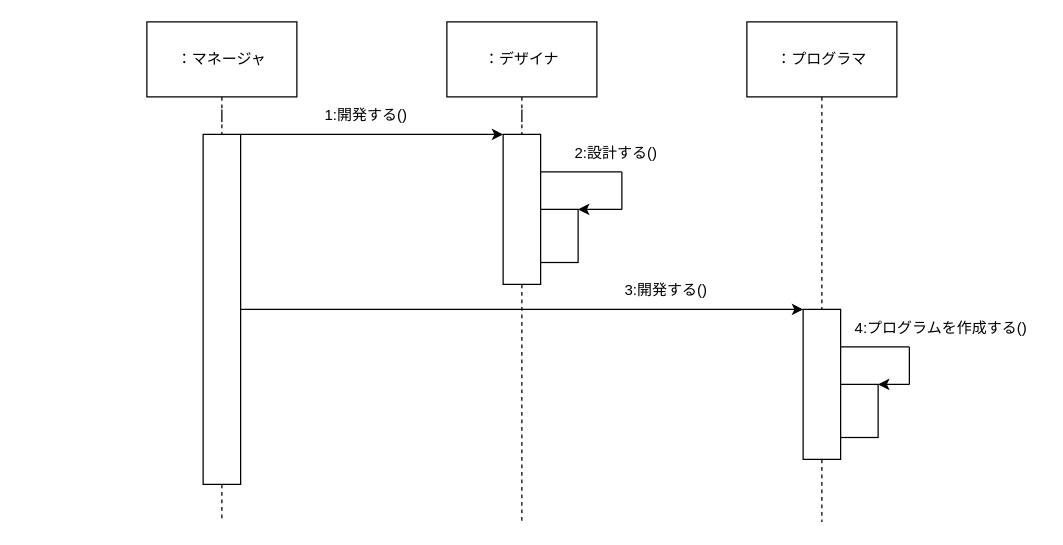
ucsaeki/UML_chonyumon keeps this draw.io diagram as page "ページ2" (2 of 2) of Lesson06/Lesson6-1.drawio. Above is the earlier version. Source tidied: cells renumbered, new cells numbered last; positions are measured from the earlier drawing's top-left corner, leaving out a move shared by most shapes. Both pictures are drawn from the tidied source at 125%, with x=0, y=0 at pixel (146, 21).
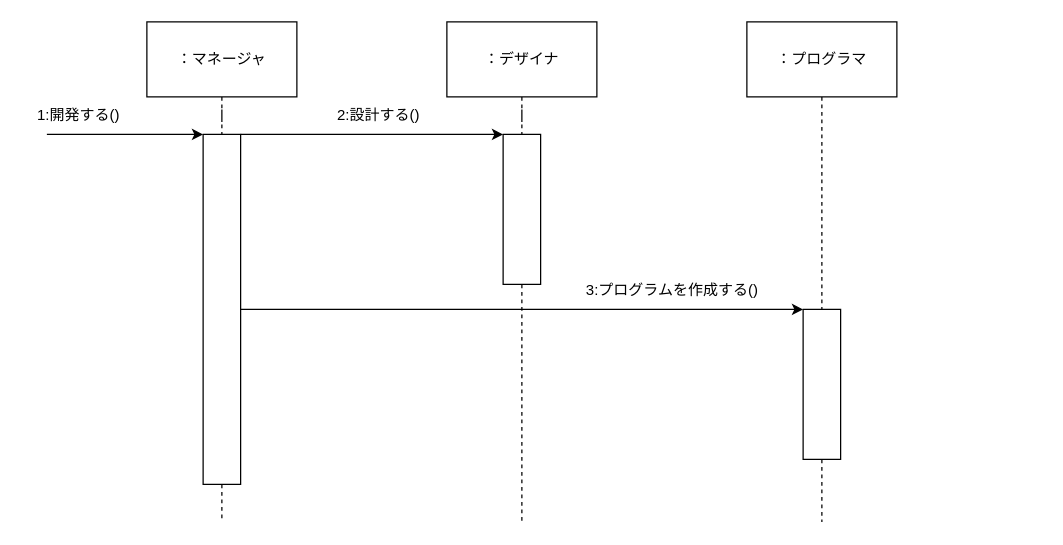
The same page after the edit.

Unchanged cells that the change refers to:
```xml
<mxCell id="11" style="rounded=0;whiteSpace=wrap;html=1;" parent="1" vertex="1">
  <mxGeometry x="45" y="90" width="30" height="280" as="geometry" />
</mxCell>
<mxCell id="13" style="rounded=0;whiteSpace=wrap;html=1;" parent="1" vertex="1">
  <mxGeometry x="285" y="90" width="30" height="120" as="geometry" />
</mxCell>
<mxCell id="20" style="rounded=0;whiteSpace=wrap;html=1;" parent="1" vertex="1">
  <mxGeometry x="525" y="230" width="30" height="120" as="geometry" />
</mxCell>
```

Change to the diagram source:
```diff
@@
     <mxCell id="8" value="1:開発する()" style="text;html=1;align=center;verticalAlign=middle;strokeColor=none;fillColor=none;" parent="1" vertex="1">
-      <mxGeometry x="130" y="60" width="90" height="30" as="geometry" />
+      <mxGeometry x="-100" y="60" width="90" height="30" as="geometry" />
     </mxCell>
     <mxCell id="9" value="2:設計する()" style="text;html=1;align=center;verticalAlign=middle;strokeColor=none;fillColor=none;" parent="1" vertex="1">
-      <mxGeometry x="330" y="90" width="90" height="30" as="geometry" />
+      <mxGeometry x="140" y="60" width="90" height="30" as="geometry" />
     </mxCell>
@@
+    <mxCell id="28" style="rounded=0;jettySize=auto;html=1;exitX=0;exitY=0;exitDx=0;exitDy=0;startArrow=classic;startFill=1;endArrow=none;endFill=0;" parent="1" edge="1" source="11">
+      <mxGeometry relative="1" as="geometry">
+        <mxPoint x="-80" y="90" as="targetPoint" />
+      </mxGeometry>
+    </mxCell>
@@
-    <mxCell id="16" style="endArrow=none;html=1;rounded=0;exitX=1;exitY=0.25;exitDx=0;exitDy=0;" parent="1" edge="1" source="13">
-      <mxGeometry relative="1" as="geometry">
-        <mxPoint x="380" y="120" as="targetPoint" />
-      </mxGeometry>
-    </mxCell>
-    <mxCell id="17" style="rounded=0;whiteSpace=wrap;html=1;" parent="1" vertex="1">
-      <mxGeometry x="315" y="150" width="30" height="42.5" as="geometry" />
-    </mxCell>
-    <mxCell id="18" style="endArrow=none;html=1;rounded=0;" parent="1" edge="1">
-      <mxGeometry relative="1" as="geometry">
-        <mxPoint x="380" y="150" as="sourcePoint" />
-        <mxPoint x="380" y="120" as="targetPoint" />
-      </mxGeometry>
-    </mxCell>
-    <mxCell id="19" style="endArrow=classic;html=1;rounded=0;entryX=1;entryY=0;entryDx=0;entryDy=0;" parent="1" edge="1" target="17">
-      <mxGeometry relative="1" as="geometry">
-        <mxPoint x="380" y="150" as="sourcePoint" />
-      </mxGeometry>
-    </mxCell>
@@
-    <mxCell id="21" style="endArrow=none;html=1;rounded=0;exitX=1;exitY=0.25;exitDx=0;exitDy=0;" parent="1" edge="1" source="20">
-      <mxGeometry relative="1" as="geometry">
-        <mxPoint x="605" y="260" as="targetPoint" />
-        <Array as="points">
-          <mxPoint x="610" y="260" />
-        </Array>
-      </mxGeometry>
-    </mxCell>
-    <mxCell id="22" style="rounded=0;whiteSpace=wrap;html=1;" parent="1" vertex="1">
-      <mxGeometry x="555" y="290" width="30" height="42.5" as="geometry" />
-    </mxCell>
-    <mxCell id="23" style="endArrow=none;html=1;rounded=0;" parent="1" edge="1">
-      <mxGeometry relative="1" as="geometry">
-        <mxPoint x="610" y="290" as="sourcePoint" />
-        <mxPoint x="610" y="260" as="targetPoint" />
-      </mxGeometry>
-    </mxCell>
-    <mxCell id="24" style="endArrow=classic;html=1;rounded=0;entryX=1;entryY=0;entryDx=0;entryDy=0;" parent="1" edge="1" target="22">
-      <mxGeometry relative="1" as="geometry">
-        <mxPoint x="610" y="290" as="sourcePoint" />
-      </mxGeometry>
-    </mxCell>
@@
-    <mxCell id="26" value="3:開発する()" style="text;html=1;align=center;verticalAlign=middle;strokeColor=none;fillColor=none;" parent="1" vertex="1">
-      <mxGeometry x="370" y="200" width="90" height="30" as="geometry" />
-    </mxCell>
-    <mxCell id="27" value="4:プログラムを作成する()" style="text;html=1;align=center;verticalAlign=middle;strokeColor=none;fillColor=none;" parent="1" vertex="1">
-      <mxGeometry x="555" y="230" width="160" height="30" as="geometry" />
+    <mxCell id="27" value="3:プログラムを作成する()" style="text;html=1;align=center;verticalAlign=middle;strokeColor=none;fillColor=none;" parent="1" vertex="1">
+      <mxGeometry x="340" y="200" width="160" height="30" as="geometry" />
     </mxCell>
```
